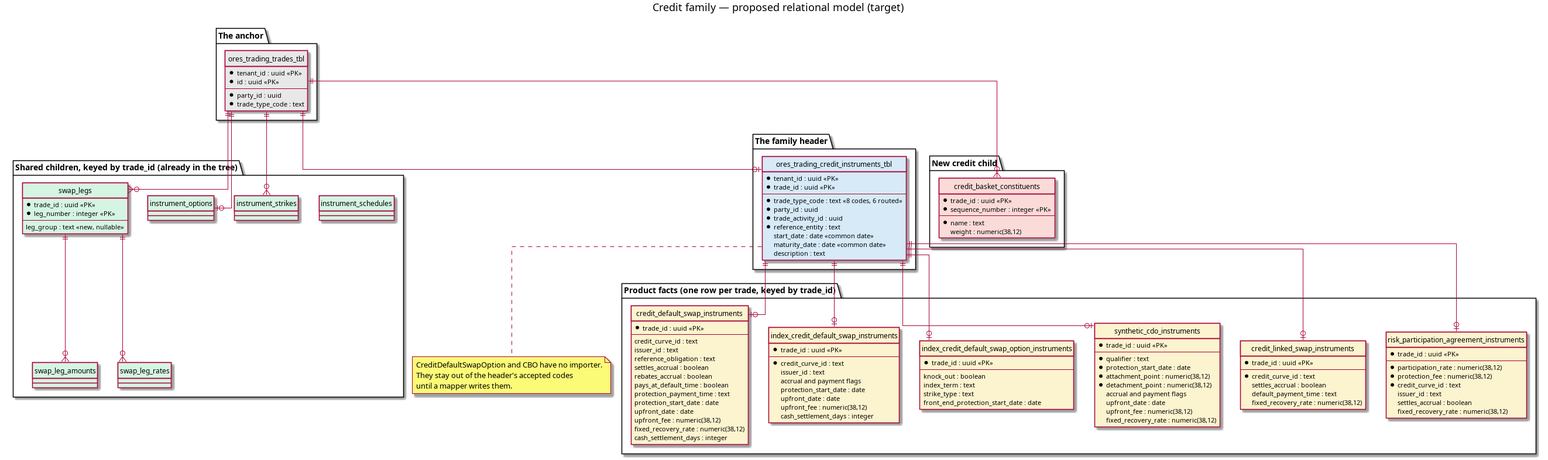
This is doc/agile/versions/v0/sprint_27/instruments-credit/design_er.png from OreStudio/OreStudio, a PlantUML export, as it was before one commit. Its source is kept beside it as doc/agile/versions/v0/sprint_27/instruments-credit/design_er.puml.
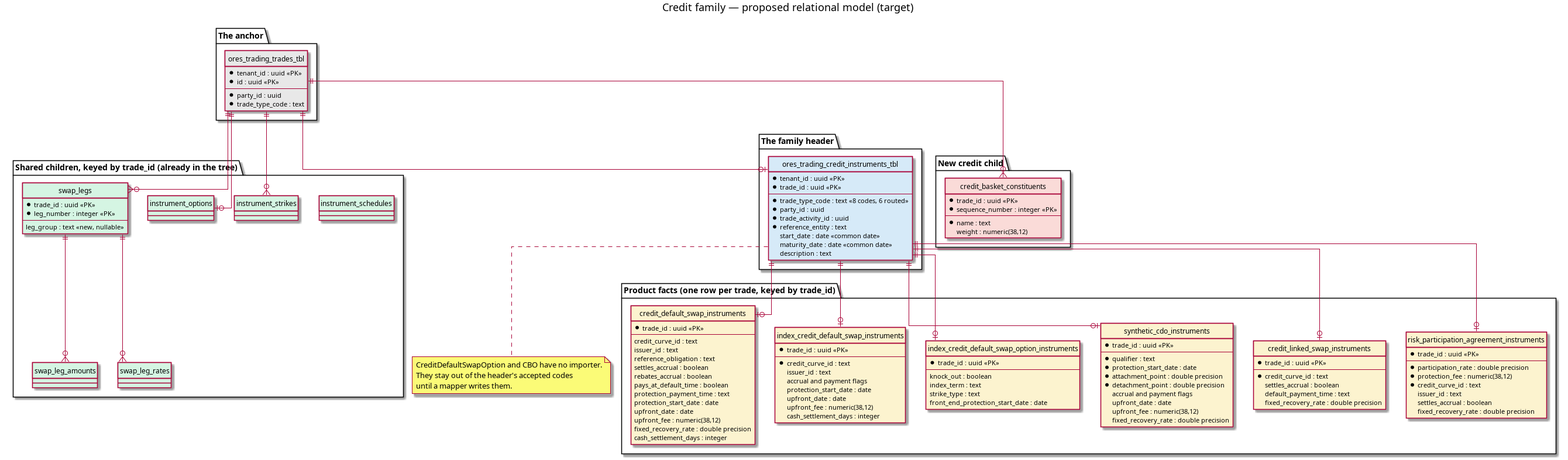
After the change.

The edit, as a diff of the source:
```diff
@@ -44,7 +44,7 @@
     protection_start_date : date
     upfront_date : date
     upfront_fee : numeric(38,12)
-    fixed_recovery_rate : numeric(38,12)
+    fixed_recovery_rate : double precision
     cash_settlement_days : integer
   }
   entity index_credit_default_swap_instruments #FCF3CF {
@@ -71,12 +71,12 @@
     --
     * qualifier : text
     * protection_start_date : date
-    * attachment_point : numeric(38,12)
-    * detachment_point : numeric(38,12)
+    * attachment_point : double precision
+    * detachment_point : double precision
     accrual and payment flags
     upfront_date : date
     upfront_fee : numeric(38,12)
-    fixed_recovery_rate : numeric(38,12)
+    fixed_recovery_rate : double precision
   }
   entity credit_linked_swap_instruments #FCF3CF {
     * trade_id : uuid <<PK>>
@@ -84,17 +84,17 @@
     * credit_curve_id : text
     settles_accrual : boolean
     default_payment_time : text
-    fixed_recovery_rate : numeric(38,12)
+    fixed_recovery_rate : double precision
   }
   entity risk_participation_agreement_instruments #FCF3CF {
     * trade_id : uuid <<PK>>
     --
-    * participation_rate : numeric(38,12)
+    * participation_rate : double precision
     * protection_fee : numeric(38,12)
     * credit_curve_id : text
     issuer_id : text
     settles_accrual : boolean
-    fixed_recovery_rate : numeric(38,12)
+    fixed_recovery_rate : double precision
   }
 }
 
```
